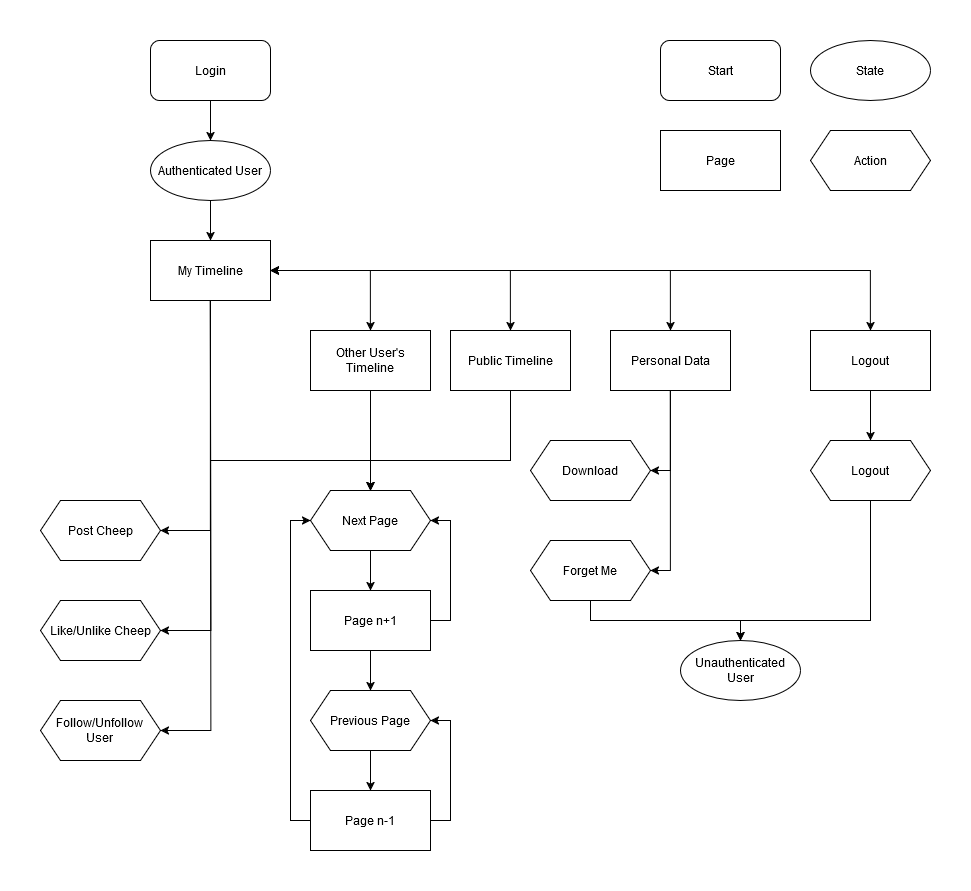
ITU-BDSA2024-GROUP3/Chirp keeps this draw.io diagram as docs/images/authUser.png. Above is the earlier version. Source tidied: cells renumbered, new cells last; positions are measured from the earlier drawing's top-left corner, leaving out a move shared by most shapes.
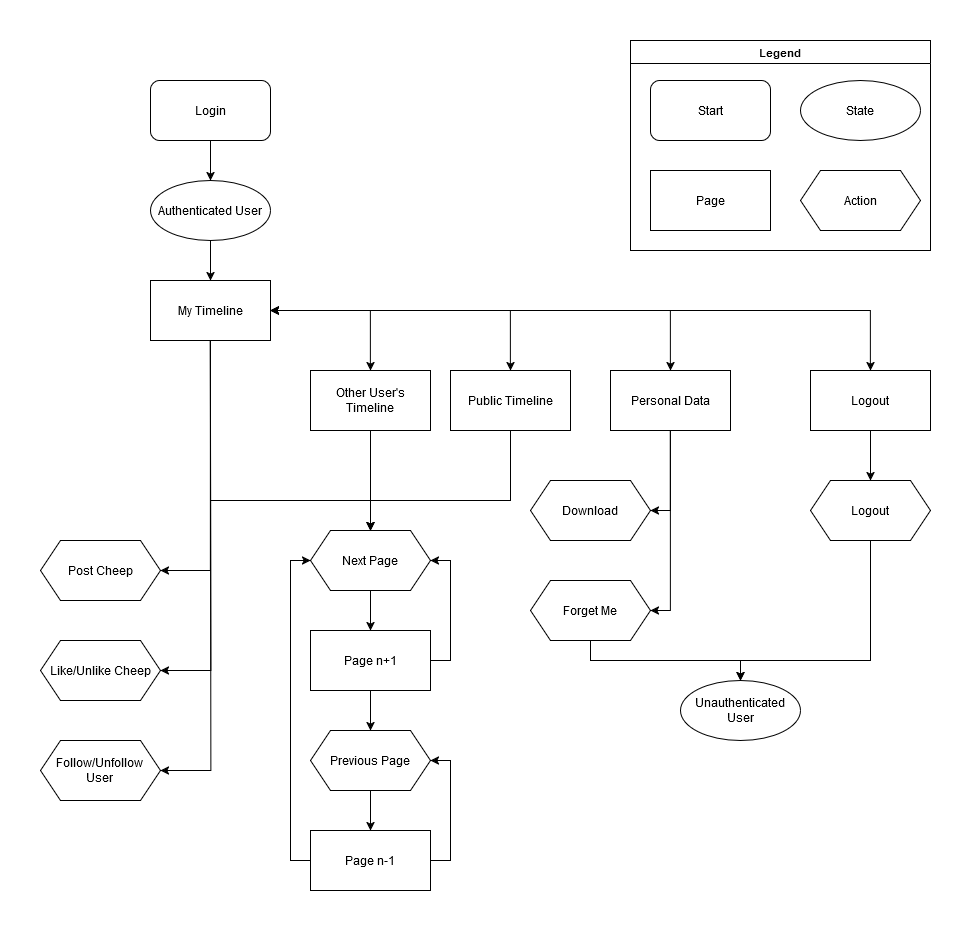
The same file after the commit.

What changed in the source:
```diff
@@ -112,16 +112,16 @@
       <mxGeometry x="640" y="600" width="120" height="60" as="geometry" />
     </mxCell>
     <mxCell id="35" value="Start" style="rounded=1;whiteSpace=wrap;html=1;" parent="1" vertex="1">
-      <mxGeometry x="620" width="120" height="60" as="geometry" />
+      <mxGeometry x="610" width="120" height="60" as="geometry" />
     </mxCell>
     <mxCell id="36" value="State" style="ellipse;whiteSpace=wrap;html=1;" parent="1" vertex="1">
-      <mxGeometry x="770" width="120" height="60" as="geometry" />
+      <mxGeometry x="760" width="120" height="60" as="geometry" />
     </mxCell>
     <mxCell id="37" value="Page" style="rounded=0;whiteSpace=wrap;html=1;" parent="1" vertex="1">
-      <mxGeometry x="620" y="90" width="120" height="60" as="geometry" />
+      <mxGeometry x="610" y="90" width="120" height="60" as="geometry" />
     </mxCell>
     <mxCell id="38" value="Action" style="shape=hexagon;perimeter=hexagonPerimeter2;whiteSpace=wrap;html=1;fixedSize=1;" parent="1" vertex="1">
-      <mxGeometry x="770" y="90" width="120" height="60" as="geometry" />
+      <mxGeometry x="760" y="90" width="120" height="60" as="geometry" />
     </mxCell>
     <mxCell id="39" style="edgeStyle=orthogonalEdgeStyle;shape=connector;rounded=0;jettySize=auto;html=1;exitX=0.5;exitY=1;exitDx=0;exitDy=0;entryX=0.5;entryY=0;entryDx=0;entryDy=0;strokeColor=default;align=center;verticalAlign=middle;fontFamily=Helvetica;fontSize=11;fontColor=default;labelBackgroundColor=default;startArrow=none;startFill=0;endArrow=classic;" parent="1" edge="1" source="40" target="13">
       <mxGeometry relative="1" as="geometry">
@@ -156,5 +156,8 @@
     <mxCell id="46" value="Follow/Unfollow&lt;br&gt;User" style="shape=hexagon;perimeter=hexagonPerimeter2;whiteSpace=wrap;html=1;fixedSize=1;" parent="1" vertex="1">
       <mxGeometry y="660" width="120" height="60" as="geometry" />
     </mxCell>
+    <mxCell id="47" value="Legend" style="swimlane;whiteSpace=wrap;html=1;fontFamily=Helvetica;fontSize=11;fontColor=default;labelBackgroundColor=default;" parent="1" vertex="1">
+      <mxGeometry x="590" y="-40" width="300" height="210" as="geometry" />
+    </mxCell>
   </root>
 </mxGraphModel>
```
